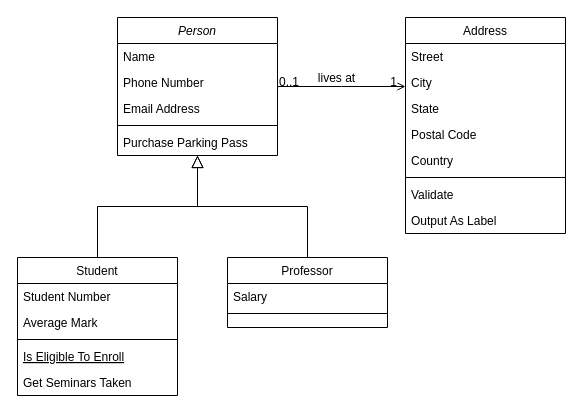
chenyixuan1923/- keeps this draw.io diagram as cyx.drawio. Above is the earlier version. Source tidied: cells renumbered, new cells numbered last; positions are measured from the earlier drawing's top-left corner, leaving out a move shared by most shapes. Both pictures are drawn from the tidied source at 100%, with x=0, y=0 at pixel (17, 17).
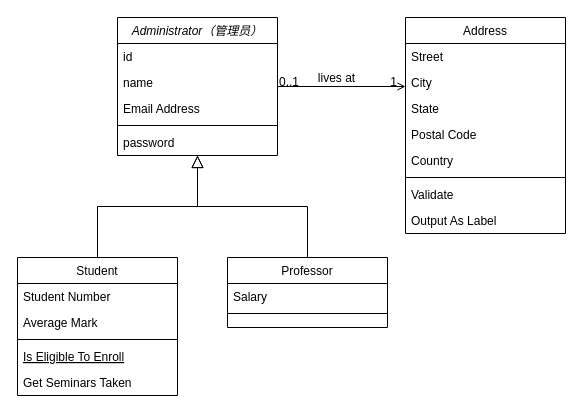
The same page after the edit.

What changed in the source:
```diff
@@
-    <mxCell id="2" value="Person" style="swimlane;fontStyle=2;align=center;verticalAlign=top;horizontal=1;startSize=26;rounded=0;shadow=0;strokeWidth=1;" parent="1" vertex="1">
+    <mxCell id="2" value="Administrator（管理员）" style="swimlane;fontStyle=2;align=center;verticalAlign=top;horizontal=1;startSize=26;rounded=0;shadow=0;strokeWidth=1;" parent="1" vertex="1">
       <mxGeometry x="100" width="160" height="138" as="geometry" />
     </mxCell>
-    <mxCell id="3" value="Name" style="text;align=left;verticalAlign=top;spacingLeft=4;spacingRight=4;overflow=hidden;" parent="2" vertex="1">
+    <mxCell id="3" value="id" style="text;align=left;verticalAlign=top;spacingLeft=4;spacingRight=4;overflow=hidden;" parent="2" vertex="1">
       <mxGeometry y="26" width="160" height="26" as="geometry" />
     </mxCell>
-    <mxCell id="4" value="Phone Number" style="text;align=left;verticalAlign=top;spacingLeft=4;spacingRight=4;overflow=hidden;rounded=0;shadow=0;html=0;" parent="2" vertex="1">
+    <mxCell id="4" value="name" style="text;align=left;verticalAlign=top;spacingLeft=4;spacingRight=4;overflow=hidden;rounded=0;shadow=0;html=0;" parent="2" vertex="1">
       <mxGeometry y="52" width="160" height="26" as="geometry" />
     </mxCell>
@@
-    <mxCell id="7" value="Purchase Parking Pass" style="text;align=left;verticalAlign=top;spacingLeft=4;spacingRight=4;overflow=hidden;" parent="2" vertex="1">
+    <mxCell id="7" value="password" style="text;align=left;verticalAlign=top;spacingLeft=4;spacingRight=4;overflow=hidden;" parent="2" vertex="1">
       <mxGeometry y="112" width="160" height="26" as="geometry" />
     </mxCell>
```
